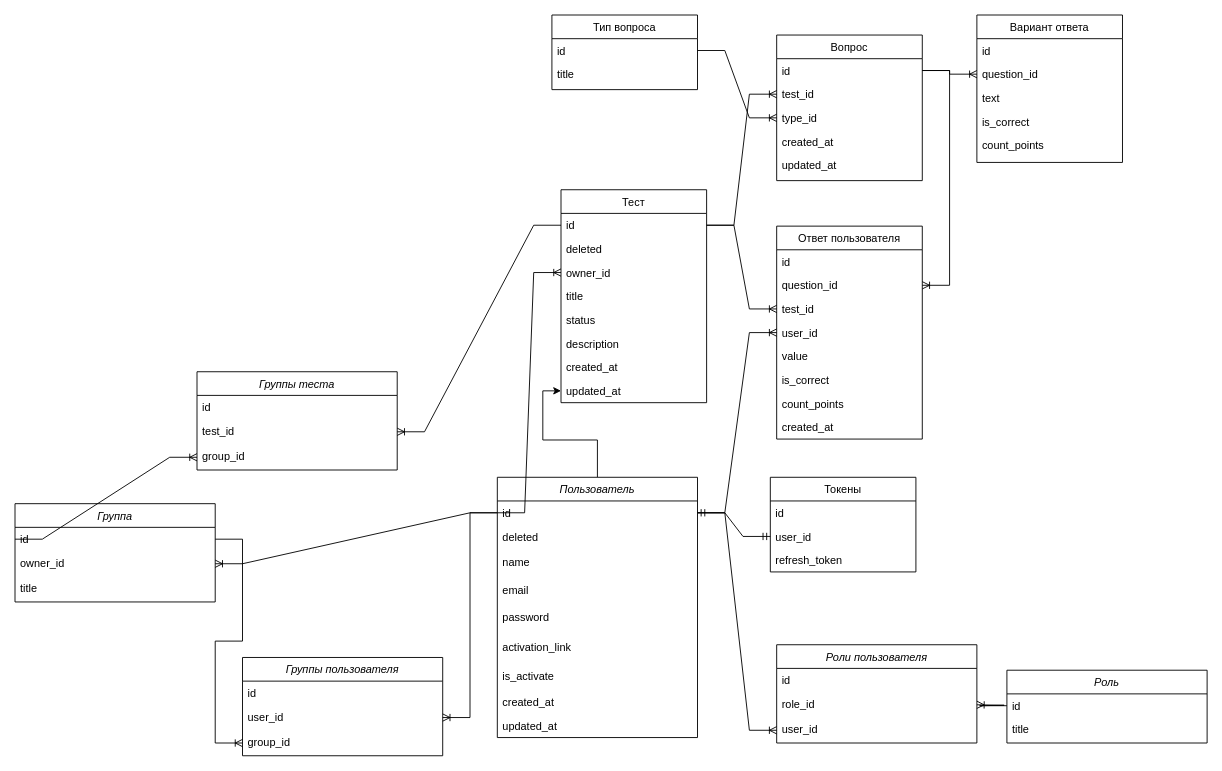
The draw.io diagram server/schema.drawio in lenaezhova/test-master-java, before the edit. Source tidied: cells renumbered, new cells numbered last; positions are measured from the earlier drawing's top-left corner, leaving out a move shared by most shapes. Both pictures are drawn from the tidied source at 91%, with x=0, y=0 at pixel (15, 15).
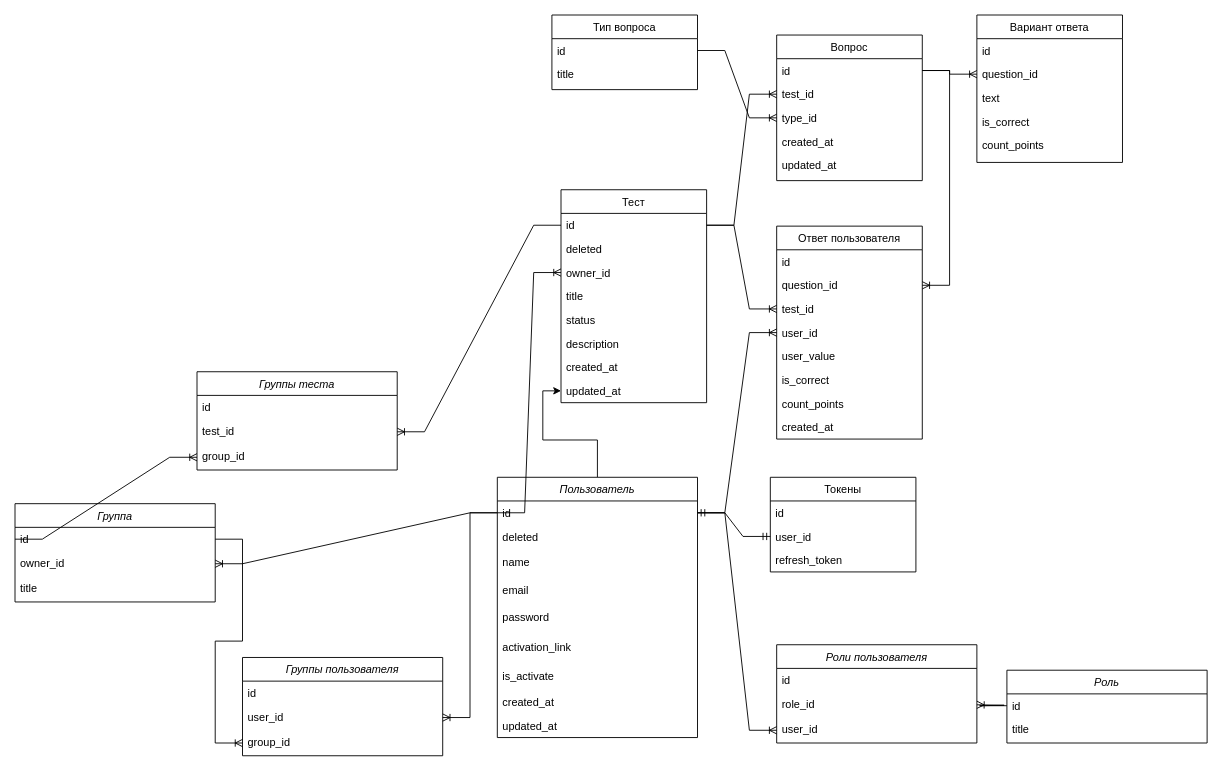
After the change.

Unchanged cells that the change refers to:
```xml
<mxCell id="29" value="Ответ пользователя" style="swimlane;fontStyle=0;align=center;verticalAlign=top;horizontal=1;startSize=26;rounded=0;shadow=0;strokeWidth=1;" parent="1" vertex="1">
  <mxGeometry x="837" y="232" width="160" height="234" as="geometry" />
</mxCell>
```

Change to the diagram source:
```diff
@@
-    <mxCell id="34" value="value" style="text;align=left;verticalAlign=top;spacingLeft=4;spacingRight=4;overflow=hidden;rounded=0;shadow=0;html=0;" parent="29" vertex="1">
+    <mxCell id="34" value="user_value" style="text;align=left;verticalAlign=top;spacingLeft=4;spacingRight=4;overflow=hidden;rounded=0;shadow=0;html=0;" parent="29" vertex="1">
       <mxGeometry y="130" width="160" height="26" as="geometry" />
     </mxCell>
```
